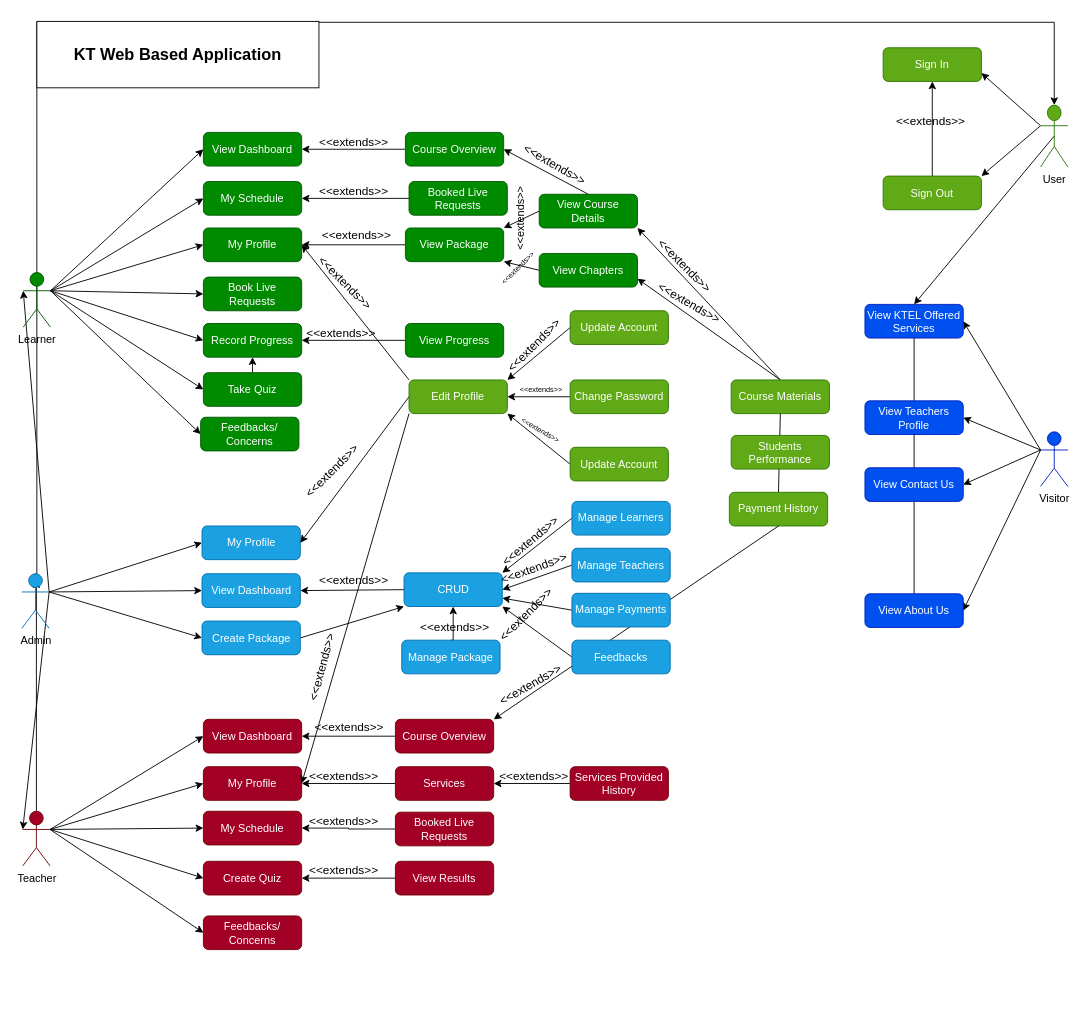
Above: page "Use Case Diagram(Categorized)" (12 of 13) of Untitled Diagram.drawio in Nashciong/JavaCodes (draw.io), before the change. Source tidied: cells renumbered, new cells numbered last; positions are measured from the earlier drawing's top-left corner, leaving out a move shared by most shapes. Both pictures are drawn from the tidied source at 91%, with x=0, y=0 at pixel (21, 21).
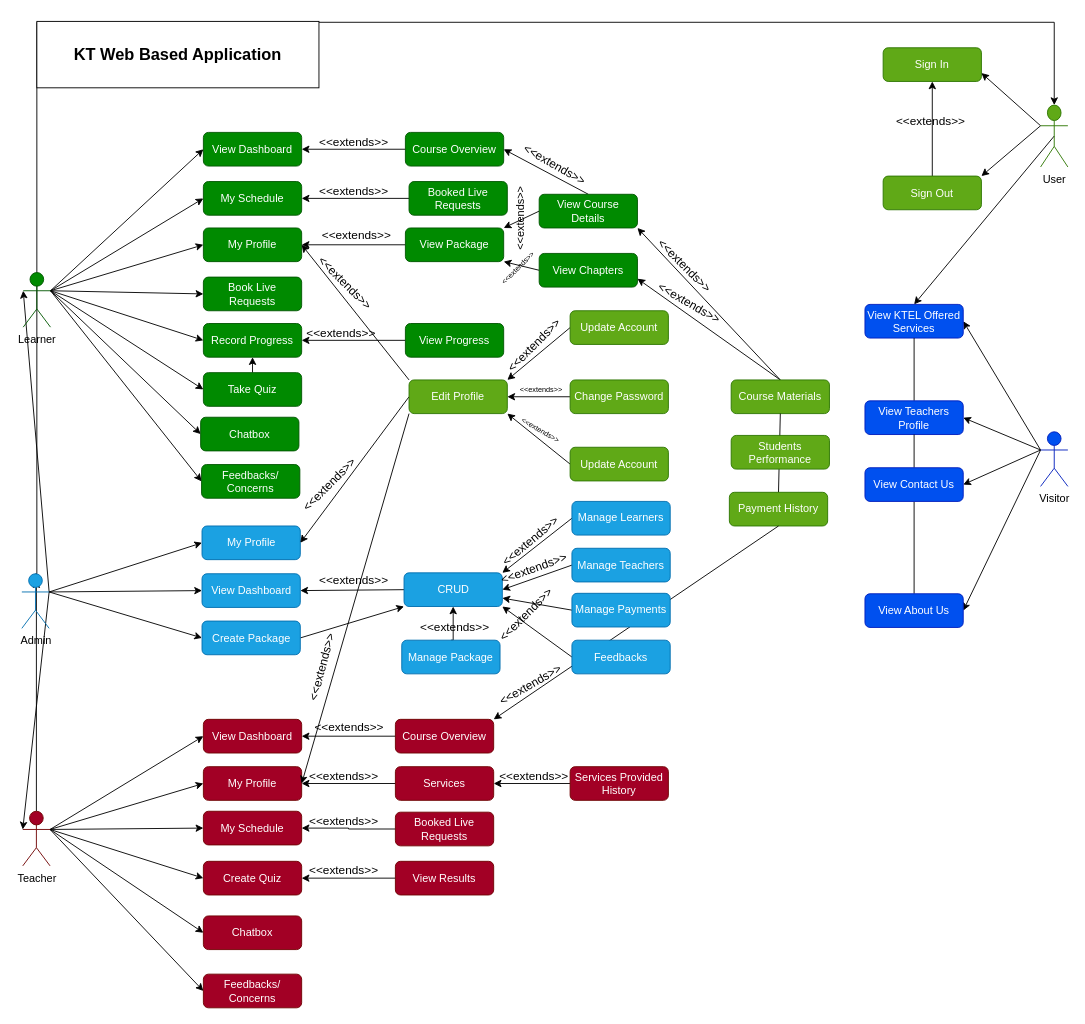
The same page after the edit.

Unchanged cells that the change refers to:
```xml
<mxCell id="21" value="Teacher" style="shape=umlActor;verticalLabelPosition=bottom;verticalAlign=top;html=1;outlineConnect=0;fillColor=#a20025;fontColor=#000000;strokeColor=#6F0000;" parent="1" vertex="1">
  <mxGeometry x="1.5" y="868" width="30" height="60" as="geometry" />
</mxCell>
<mxCell id="34" value="Learner" style="shape=umlActor;verticalLabelPosition=bottom;verticalAlign=top;html=1;outlineConnect=0;fontColor=#000000;fillColor=#008a00;strokeColor=#005700;" parent="1" vertex="1">
  <mxGeometry x="2" y="276" width="30" height="60" as="geometry" />
</mxCell>
```

What changed in the source:
```diff
@@
+    <mxCell id="140" style="rounded=0;jettySize=auto;html=1;entryX=0;entryY=0.5;entryDx=0;entryDy=0;exitX=1;exitY=0.3333333333333333;exitDx=0;exitDy=0;exitPerimeter=0;" parent="1" edge="1" source="21" target="143">
+      <mxGeometry relative="1" as="geometry" />
+    </mxCell>
@@
+    <mxCell id="141" style="rounded=0;jettySize=auto;html=1;entryX=0;entryY=0.5;entryDx=0;entryDy=0;exitX=1;exitY=0.3333333333333333;exitDx=0;exitDy=0;exitPerimeter=0;" parent="1" edge="1" source="34" target="142">
+      <mxGeometry relative="1" as="geometry" />
+    </mxCell>
@@
-    <mxCell id="75" value="Feedbacks/&lt;br&gt;Concerns" style="rounded=1;whiteSpace=wrap;html=1;fillColor=#008a00;fontColor=#ffffff;strokeColor=#005700;" parent="1" vertex="1">
+    <mxCell id="75" value="Chatbox" style="rounded=1;whiteSpace=wrap;html=1;fillColor=#008a00;fontColor=#ffffff;strokeColor=#005700;" parent="1" vertex="1">
       <mxGeometry x="197" y="435" width="108" height="37" as="geometry" />
     </mxCell>
@@
-    <mxCell id="85" value="Feedbacks/&lt;br&gt;Concerns" style="rounded=1;whiteSpace=wrap;html=1;fillColor=#a20025;fontColor=#ffffff;strokeColor=#6F0000;" parent="1" vertex="1">
+    <mxCell id="85" value="Chatbox" style="rounded=1;whiteSpace=wrap;html=1;fillColor=#a20025;fontColor=#ffffff;strokeColor=#6F0000;" parent="1" vertex="1">
       <mxGeometry x="200" y="983" width="108" height="37" as="geometry" />
     </mxCell>
@@
     <mxCell id="115" value="&lt;font style=&quot;font-size: 13px;&quot;&gt;&amp;lt;&amp;lt;extends&amp;gt;&amp;gt;&lt;/font&gt;" style="text;html=1;align=center;verticalAlign=middle;strokeColor=none;fillColor=none;rotation=-45;fontSize=13;" parent="1" vertex="1">
-      <mxGeometry x="291" y="479" width="100" height="30" as="geometry" />
+      <mxGeometry x="288" y="494" width="100" height="30" as="geometry" />
     </mxCell>
@@
+    <mxCell id="142" value="Feedbacks/&lt;br&gt;Concerns" style="rounded=1;whiteSpace=wrap;html=1;fillColor=#008a00;fontColor=#ffffff;strokeColor=#005700;" parent="1" vertex="1">
+      <mxGeometry x="198" y="487" width="108" height="37" as="geometry" />
+    </mxCell>
+    <mxCell id="143" value="Feedbacks/&lt;br&gt;Concerns" style="rounded=1;whiteSpace=wrap;html=1;fillColor=#a20025;fontColor=#ffffff;strokeColor=#6F0000;" parent="1" vertex="1">
+      <mxGeometry x="200" y="1047" width="108" height="37" as="geometry" />
+    </mxCell>
```
